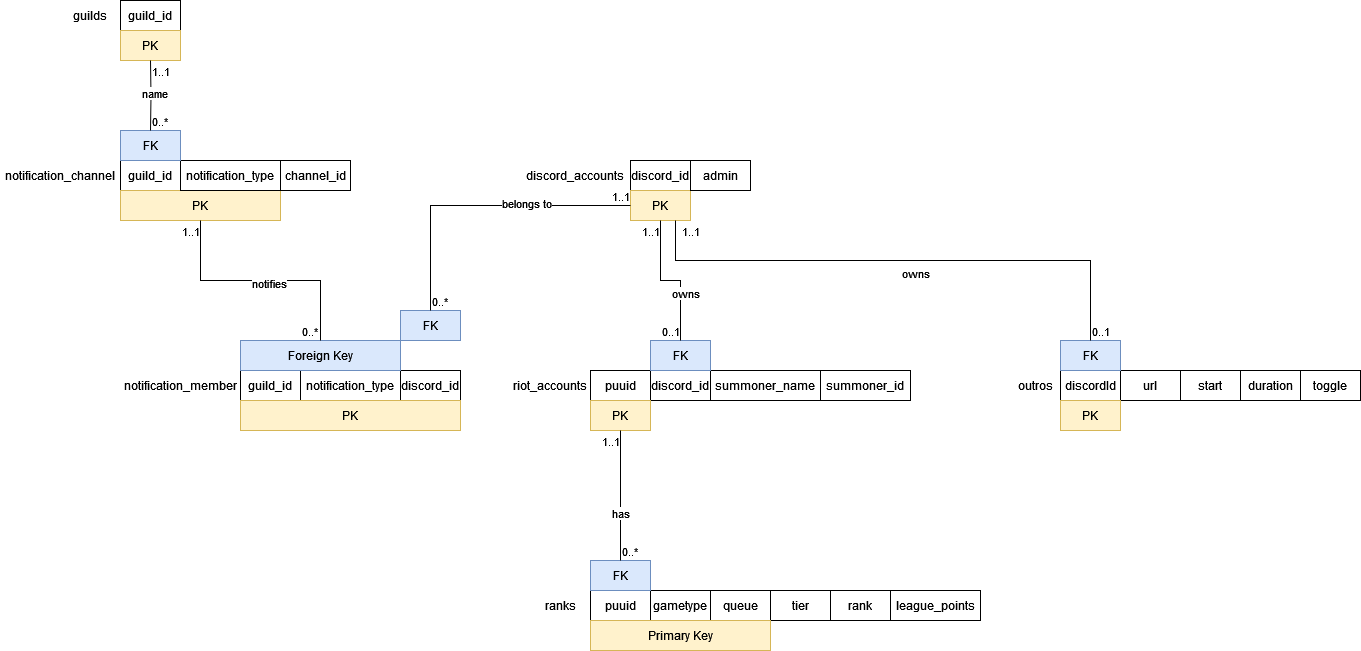
Before: documentation/Relational Database Structure.drawio.png, a diagram exported from draw.io (nathan-lai-engineering/discord-bot). Source tidied: cells renumbered, new cells last; positions are measured from the earlier drawing's top-left corner, leaving out a move shared by most shapes.
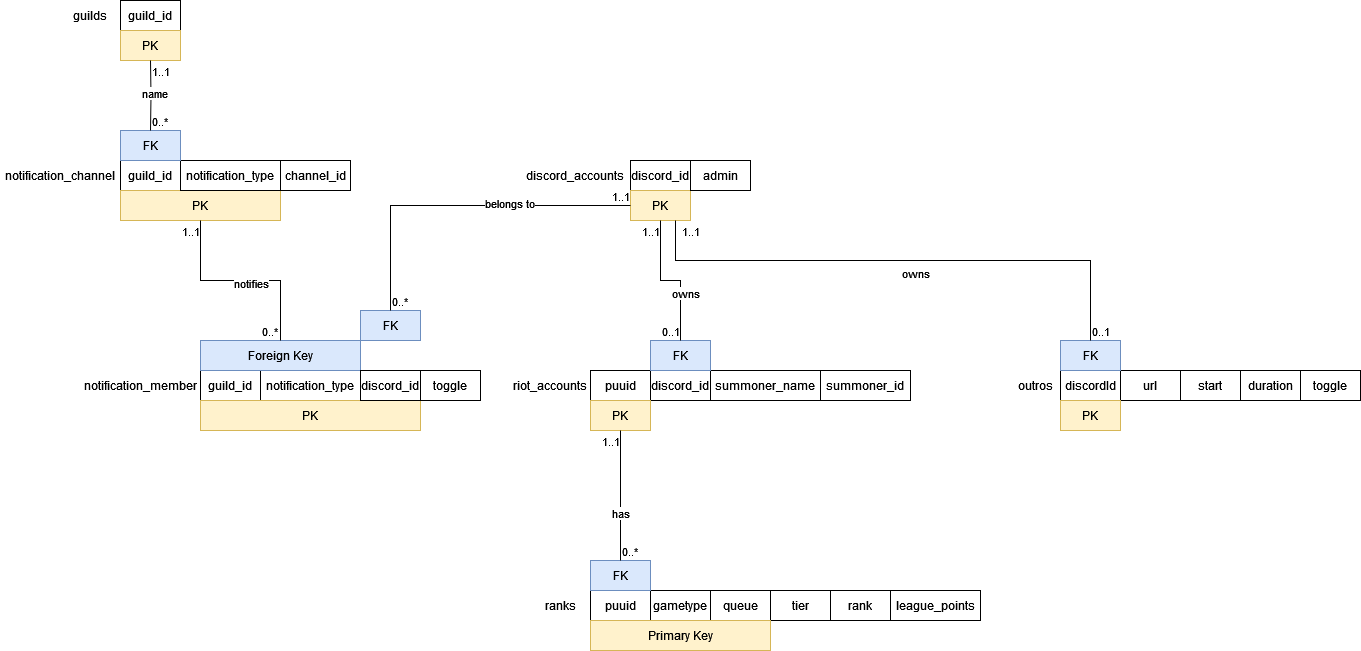
The same file after the commit.

The edit, as a diff of the source:
```diff
@@ -150,28 +150,28 @@
       </mxGeometry>
     </mxCell>
     <mxCell id="46" value="notification_member" style="text;html=1;strokeColor=none;fillColor=none;align=center;verticalAlign=middle;whiteSpace=wrap;rounded=0;" parent="1" vertex="1">
-      <mxGeometry x="120" y="370" width="120" height="30" as="geometry" />
+      <mxGeometry x="80" y="370" width="120" height="30" as="geometry" />
     </mxCell>
     <mxCell id="47" value="channel_id" style="text;html=1;strokeColor=default;fillColor=none;align=center;verticalAlign=middle;whiteSpace=wrap;rounded=0;" parent="1" vertex="1">
       <mxGeometry x="280" y="160" width="70" height="30" as="geometry" />
     </mxCell>
-    <mxCell id="48" value="discord_id" style="text;html=1;strokeColor=default;fillColor=none;align=center;verticalAlign=middle;whiteSpace=wrap;rounded=0;" parent="1" vertex="1">
-      <mxGeometry x="400" y="370" width="60" height="30" as="geometry" />
+    <mxCell id="48" value="toggle" style="text;html=1;strokeColor=default;fillColor=none;align=center;verticalAlign=middle;whiteSpace=wrap;rounded=0;" parent="1" vertex="1">
+      <mxGeometry x="420" y="370" width="60" height="30" as="geometry" />
     </mxCell>
     <mxCell id="49" value="guild_id" style="text;html=1;strokeColor=default;fillColor=none;align=center;verticalAlign=middle;whiteSpace=wrap;rounded=0;" parent="1" vertex="1">
-      <mxGeometry x="240" y="370" width="60" height="30" as="geometry" />
+      <mxGeometry x="200" y="370" width="60" height="30" as="geometry" />
     </mxCell>
     <mxCell id="50" value="notification_type" style="text;html=1;strokeColor=default;fillColor=none;align=center;verticalAlign=middle;whiteSpace=wrap;rounded=0;" parent="1" vertex="1">
-      <mxGeometry x="300" y="370" width="100" height="30" as="geometry" />
+      <mxGeometry x="260" y="370" width="100" height="30" as="geometry" />
     </mxCell>
     <mxCell id="51" value="FK" style="text;html=1;strokeColor=#6c8ebf;fillColor=#dae8fc;align=center;verticalAlign=middle;whiteSpace=wrap;rounded=0;" parent="1" vertex="1">
-      <mxGeometry x="400" y="310" width="60" height="30" as="geometry" />
+      <mxGeometry x="360" y="310" width="60" height="30" as="geometry" />
     </mxCell>
     <mxCell id="52" value="Foreign Key" style="text;html=1;strokeColor=#6c8ebf;fillColor=#dae8fc;align=center;verticalAlign=middle;whiteSpace=wrap;rounded=0;" parent="1" vertex="1">
-      <mxGeometry x="240" y="340" width="160" height="30" as="geometry" />
+      <mxGeometry x="200" y="340" width="160" height="30" as="geometry" />
     </mxCell>
     <mxCell id="53" value="PK" style="text;html=1;strokeColor=#d6b656;fillColor=#fff2cc;align=center;verticalAlign=middle;whiteSpace=wrap;rounded=0;" parent="1" vertex="1">
-      <mxGeometry x="240" y="400" width="220" height="30" as="geometry" />
+      <mxGeometry x="200" y="400" width="220" height="30" as="geometry" />
     </mxCell>
     <mxCell id="54" value="notifies" style="endArrow=none;endFill=0;html=1;edgeStyle=orthogonalEdgeStyle;align=left;verticalAlign=top;rounded=0;entryX=0.5;entryY=0;entryDx=0;entryDy=0;exitX=0.5;exitY=1;exitDx=0;exitDy=0;" parent="1" edge="1" source="41" target="52">
       <mxGeometry x="-0.08" y="10" relative="1" as="geometry" />
@@ -190,10 +190,10 @@
       </mxGeometry>
     </mxCell>
     <mxCell id="58" value="0..*" style="edgeLabel;html=1;align=left;verticalAlign=bottom;" parent="1" vertex="1">
-      <mxGeometry x="430" y="310" as="geometry" />
+      <mxGeometry x="390" y="310" as="geometry" />
     </mxCell>
     <mxCell id="59" value="0..*" style="edgeLabel;html=1;align=left;verticalAlign=bottom;" parent="1" vertex="1">
-      <mxGeometry x="300" y="340" as="geometry" />
+      <mxGeometry x="260" y="340" as="geometry" />
     </mxCell>
     <mxCell id="60" value="0..1" style="edgeLabel;html=1;align=left;verticalAlign=bottom;" parent="1" vertex="1">
       <mxGeometry x="660" y="340" as="geometry" />
@@ -207,5 +207,8 @@
     <mxCell id="63" value="0..*" style="edgeLabel;html=1;align=left;verticalAlign=bottom;" parent="1" vertex="1">
       <mxGeometry x="150" y="130" as="geometry" />
     </mxCell>
+    <mxCell id="64" value="discord_id" style="text;html=1;strokeColor=default;fillColor=none;align=center;verticalAlign=middle;whiteSpace=wrap;rounded=0;" parent="1" vertex="1">
+      <mxGeometry x="360" y="370" width="60" height="30" as="geometry" />
+    </mxCell>
   </root>
 </mxGraphModel>
```
